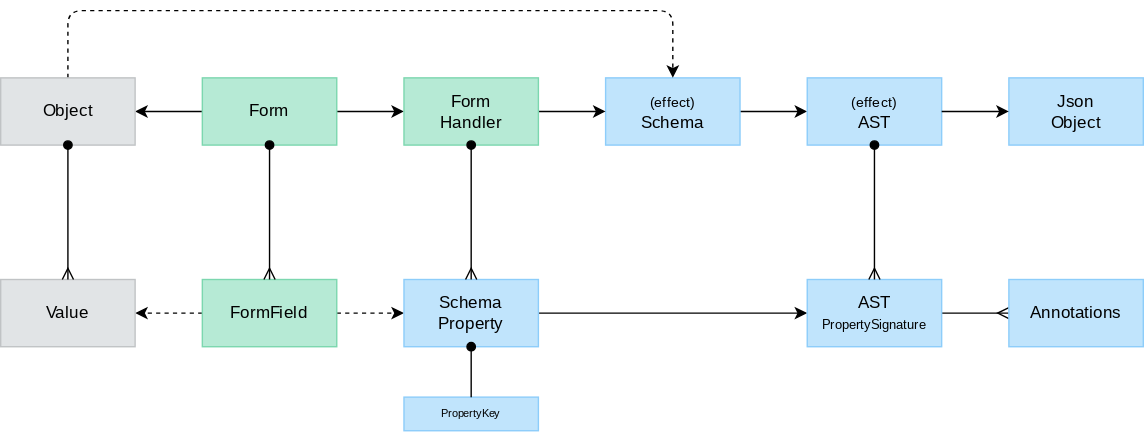
This is packages/ui/react-ui-form/docs/form.drawio.svg from dxos/dxos, a draw.io export, as it was before one commit. Source tidied: cells renumbered, new cells last; positions are measured from the earlier drawing's top-left corner, leaving out a move shared by most shapes.
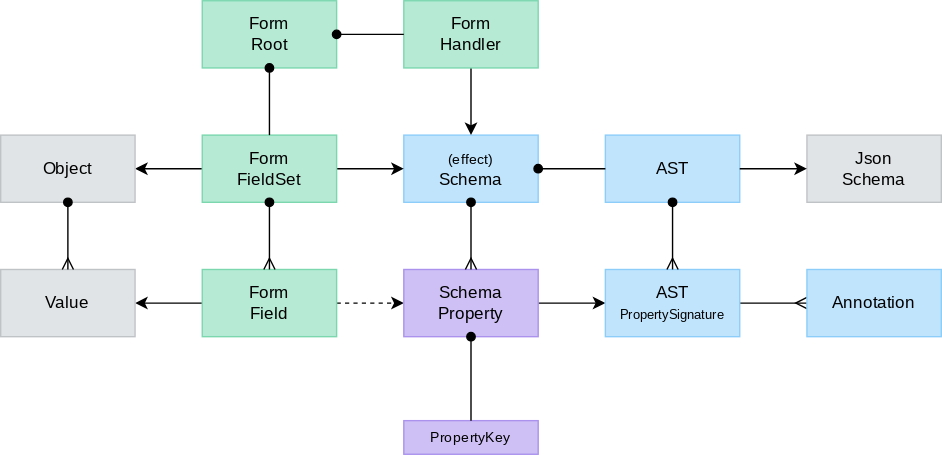
Later version of the same file.

Commit message:
refactor: simplify form diagram layout and update component relationships

- Reorganize Form Root and Form Field components vertically instead of horizontally
- Change Schema component color from blue (#c0e4fc) to purple (#cec0f4)
- Reposition components: move Form Root/Field from y=55 to y=0 and y=96
- Update arrow directions and connections between components
- Remove dashed line connection from Object to AST effect
- Change PropertyKey font size from 8px to 10px
- Adjust component spacing and alignment

The edit, as a diff of the source:
```diff
@@ -2,84 +2,67 @@
   <root>
     <mxCell id="0" />
     <mxCell id="1" parent="0" />
-    <mxCell id="2" style="edgeStyle=none;html=1;exitX=1;exitY=0.5;exitDx=0;exitDy=0;endArrow=classic;endFill=1;entryX=0;entryY=0.5;entryDx=0;entryDy=0;fontFamily=Space Grotesk;fontSource=https%3A%2F%2Ffonts.googleapis.com%2Fcss%3Ffamily%3DSpace%2BGrotesk;" parent="1" edge="1" source="4" target="21">
-      <mxGeometry relative="1" as="geometry" />
-    </mxCell>
-    <mxCell id="3" style="edgeStyle=none;html=1;exitX=0;exitY=0.5;exitDx=0;exitDy=0;endArrow=classic;endFill=1;fontFamily=Space Grotesk;fontSource=https%3A%2F%2Ffonts.googleapis.com%2Fcss%3Ffamily%3DSpace%2BGrotesk;" parent="1" edge="1" source="4" target="13">
+    <mxCell id="3" style="edgeStyle=none;html=1;endArrow=classic;endFill=1;fontFamily=Space Grotesk;fontSource=https%3A%2F%2Ffonts.googleapis.com%2Fcss%3Ffamily%3DSpace%2BGrotesk;" parent="1" edge="1" source="30" target="13">
       <mxGeometry relative="1" as="geometry" />
     </mxCell>
-    <mxCell id="4" value="Form" style="rounded=0;whiteSpace=wrap;html=1;fillColor=#B6EAD5;strokeColor=#7CD7AF;fontColor=#000000;fontFamily=Space Grotesk;fontSource=https%3A%2F%2Ffonts.googleapis.com%2Fcss%3Ffamily%3DSpace%2BGrotesk;" parent="1" vertex="1">
+    <mxCell id="4" value="Form&lt;br&gt;Root" style="rounded=0;whiteSpace=wrap;html=1;fillColor=#B6EAD5;strokeColor=#7CD7AF;fontColor=#000000;fontFamily=Space Grotesk;fontSource=https%3A%2F%2Ffonts.googleapis.com%2Fcss%3Ffamily%3DSpace%2BGrotesk;" parent="1" vertex="1">
       <mxGeometry x="144" y="48" width="96" height="48" as="geometry" />
     </mxCell>
     <mxCell id="5" style="edgeStyle=none;html=1;exitX=1;exitY=0.5;exitDx=0;exitDy=0;fontSize=9;endArrow=classic;endFill=1;dashed=1;fontFamily=Space Grotesk;fontSource=https%3A%2F%2Ffonts.googleapis.com%2Fcss%3Ffamily%3DSpace%2BGrotesk;" parent="1" edge="1" source="7" target="11">
       <mxGeometry relative="1" as="geometry" />
     </mxCell>
-    <mxCell id="6" style="edgeStyle=none;rounded=0;sketch=0;html=1;exitX=0;exitY=0.5;exitDx=0;exitDy=0;fontSize=9;endArrow=classic;endFill=1;dashed=1;fontFamily=Space Grotesk;fontSource=https%3A%2F%2Ffonts.googleapis.com%2Fcss%3Ffamily%3DSpace%2BGrotesk;" parent="1" edge="1" source="7" target="22">
+    <mxCell id="6" style="edgeStyle=none;rounded=0;sketch=0;html=1;exitX=0;exitY=0.5;exitDx=0;exitDy=0;fontSize=9;endArrow=classic;endFill=1;fontFamily=Space Grotesk;fontSource=https%3A%2F%2Ffonts.googleapis.com%2Fcss%3Ffamily%3DSpace%2BGrotesk;" parent="1" edge="1" source="7" target="22">
       <mxGeometry relative="1" as="geometry" />
     </mxCell>
-    <mxCell id="7" value="FormField" style="rounded=0;whiteSpace=wrap;html=1;fillColor=#B6EAD5;strokeColor=#7CD7AF;fontColor=#000000;fontFamily=Space Grotesk;fontSource=https%3A%2F%2Ffonts.googleapis.com%2Fcss%3Ffamily%3DSpace%2BGrotesk;" parent="1" vertex="1">
-      <mxGeometry x="144" y="192" width="96" height="48" as="geometry" />
+    <mxCell id="7" value="Form&lt;br&gt;Field" style="rounded=0;whiteSpace=wrap;html=1;fillColor=#B6EAD5;strokeColor=#7CD7AF;fontColor=#000000;fontFamily=Space Grotesk;fontSource=https%3A%2F%2Ffonts.googleapis.com%2Fcss%3Ffamily%3DSpace%2BGrotesk;" parent="1" vertex="1">
+      <mxGeometry x="144" y="240" width="96" height="48" as="geometry" />
     </mxCell>
-    <mxCell id="8" style="edgeStyle=none;html=1;exitX=1;exitY=0.5;exitDx=0;exitDy=0;fontSize=9;endArrow=classic;endFill=1;fontFamily=Space Grotesk;fontSource=https%3A%2F%2Ffonts.googleapis.com%2Fcss%3Ffamily%3DSpace%2BGrotesk;" parent="1" edge="1" source="9" target="14">
-      <mxGeometry relative="1" as="geometry" />
-    </mxCell>
     <mxCell id="9" value="&lt;font style=&quot;font-size: 10px;&quot;&gt;(effect)&lt;/font&gt;&lt;br&gt;Schema" style="rounded=0;whiteSpace=wrap;html=1;fillColor=#C0E4FC;strokeColor=#8DCDFA;fontColor=#000000;fontFamily=Space Grotesk;fontSource=https%3A%2F%2Ffonts.googleapis.com%2Fcss%3Ffamily%3DSpace%2BGrotesk;" parent="1" vertex="1">
-      <mxGeometry x="432" y="48" width="96" height="48" as="geometry" />
+      <mxGeometry x="288" y="144" width="96" height="48" as="geometry" />
     </mxCell>
     <mxCell id="10" style="edgeStyle=none;html=1;exitX=1;exitY=0.5;exitDx=0;exitDy=0;entryX=0;entryY=0.5;entryDx=0;entryDy=0;fontSize=9;endArrow=classic;endFill=1;fontFamily=Space Grotesk;fontSource=https%3A%2F%2Ffonts.googleapis.com%2Fcss%3Ffamily%3DSpace%2BGrotesk;" parent="1" edge="1" source="11" target="16">
       <mxGeometry relative="1" as="geometry" />
     </mxCell>
-    <mxCell id="11" value="Schema&lt;br&gt;Property" style="rounded=0;whiteSpace=wrap;html=1;fillColor=#C0E4FC;strokeColor=#8DCDFA;fontColor=#000000;fontFamily=Space Grotesk;fontSource=https%3A%2F%2Ffonts.googleapis.com%2Fcss%3Ffamily%3DSpace%2BGrotesk;" parent="1" vertex="1">
-      <mxGeometry x="288" y="192" width="96" height="48" as="geometry" />
+    <mxCell id="11" value="Schema&lt;br&gt;Property" style="rounded=0;whiteSpace=wrap;html=1;fillColor=#CEC0F4;strokeColor=#AB92ED;fontColor=#000000;fontFamily=Space Grotesk;fontSource=https%3A%2F%2Ffonts.googleapis.com%2Fcss%3Ffamily%3DSpace%2BGrotesk;" parent="1" vertex="1">
+      <mxGeometry x="288" y="240" width="96" height="48" as="geometry" />
     </mxCell>
-    <mxCell id="12" style="edgeStyle=none;html=1;exitX=0.5;exitY=0;exitDx=0;exitDy=0;endArrow=classic;endFill=1;entryX=0.5;entryY=0;entryDx=0;entryDy=0;dashed=1;fontFamily=Space Grotesk;fontSource=https%3A%2F%2Ffonts.googleapis.com%2Fcss%3Ffamily%3DSpace%2BGrotesk;" parent="1" edge="1" source="13" target="9">
-      <mxGeometry relative="1" as="geometry">
-        <Array as="points">
-          <mxPoint x="48" />
-          <mxPoint x="480" />
-        </Array>
-      </mxGeometry>
-    </mxCell>
     <mxCell id="13" value="Object" style="rounded=0;whiteSpace=wrap;html=1;fillColor=#E1E4E6;fontColor=#000000;strokeColor=#C0C3C5;fontFamily=Space Grotesk;fontSource=https%3A%2F%2Ffonts.googleapis.com%2Fcss%3Ffamily%3DSpace%2BGrotesk;" parent="1" vertex="1">
-      <mxGeometry y="48" width="96" height="48" as="geometry" />
+      <mxGeometry y="144" width="96" height="48" as="geometry" />
     </mxCell>
-    <mxCell id="14" value="&lt;font style=&quot;font-size: 10px;&quot;&gt;(effect)&lt;/font&gt;&lt;br&gt;AST" style="rounded=0;whiteSpace=wrap;html=1;fillColor=#C0E4FC;strokeColor=#8DCDFA;fontColor=#000000;fontFamily=Space Grotesk;fontSource=https%3A%2F%2Ffonts.googleapis.com%2Fcss%3Ffamily%3DSpace%2BGrotesk;" parent="1" vertex="1">
-      <mxGeometry x="576" y="48" width="96" height="48" as="geometry" />
+    <mxCell id="14" value="AST" style="rounded=0;whiteSpace=wrap;html=1;fillColor=#C0E4FC;strokeColor=#8DCDFA;fontColor=#000000;fontFamily=Space Grotesk;fontSource=https%3A%2F%2Ffonts.googleapis.com%2Fcss%3Ffamily%3DSpace%2BGrotesk;" parent="1" vertex="1">
+      <mxGeometry x="432" y="144" width="96" height="48" as="geometry" />
     </mxCell>
     <mxCell id="15" style="edgeStyle=none;rounded=0;sketch=0;html=1;fontSize=9;endArrow=ERmany;endFill=0;fontFamily=Space Grotesk;fontSource=https%3A%2F%2Ffonts.googleapis.com%2Fcss%3Ffamily%3DSpace%2BGrotesk;" parent="1" edge="1" source="16" target="19">
       <mxGeometry relative="1" as="geometry" />
     </mxCell>
     <mxCell id="16" value="AST&lt;br&gt;&lt;font style=&quot;font-size: 9px;&quot;&gt;PropertySignature&lt;/font&gt;" style="rounded=0;whiteSpace=wrap;html=1;fillColor=#C0E4FC;strokeColor=#8DCDFA;fontColor=#000000;fontFamily=Space Grotesk;fontSource=https%3A%2F%2Ffonts.googleapis.com%2Fcss%3Ffamily%3DSpace%2BGrotesk;" parent="1" vertex="1">
-      <mxGeometry x="576" y="192" width="96" height="48" as="geometry" />
+      <mxGeometry x="432" y="240" width="96" height="48" as="geometry" />
     </mxCell>
-    <mxCell id="17" value="Json&lt;br&gt;Object" style="rounded=0;whiteSpace=wrap;html=1;fillColor=#C0E4FC;fontColor=#000000;strokeColor=#8DCDFA;fontFamily=Space Grotesk;fontSource=https%3A%2F%2Ffonts.googleapis.com%2Fcss%3Ffamily%3DSpace%2BGrotesk;" parent="1" vertex="1">
-      <mxGeometry x="720" y="48" width="96" height="48" as="geometry" />
+    <mxCell id="17" value="Json&lt;br&gt;Schema" style="rounded=0;whiteSpace=wrap;html=1;fillColor=#E1E4E6;fontColor=#000000;strokeColor=#C0C3C5;fontFamily=Space Grotesk;fontSource=https%3A%2F%2Ffonts.googleapis.com%2Fcss%3Ffamily%3DSpace%2BGrotesk;" parent="1" vertex="1">
+      <mxGeometry x="576" y="144" width="96" height="48" as="geometry" />
     </mxCell>
     <mxCell id="18" style="edgeStyle=none;html=1;exitX=1;exitY=0.5;exitDx=0;exitDy=0;fontSize=9;endArrow=classic;endFill=1;fontFamily=Space Grotesk;fontSource=https%3A%2F%2Ffonts.googleapis.com%2Fcss%3Ffamily%3DSpace%2BGrotesk;" parent="1" edge="1" source="14" target="17">
       <mxGeometry relative="1" as="geometry" />
     </mxCell>
-    <mxCell id="19" value="Annotations" style="rounded=0;whiteSpace=wrap;html=1;fillColor=#C0E4FC;fontColor=#000000;strokeColor=#8DCDFA;fontFamily=Space Grotesk;fontSource=https%3A%2F%2Ffonts.googleapis.com%2Fcss%3Ffamily%3DSpace%2BGrotesk;" parent="1" vertex="1">
-      <mxGeometry x="720" y="192" width="96" height="48" as="geometry" />
+    <mxCell id="19" value="Annotation" style="rounded=0;whiteSpace=wrap;html=1;fillColor=#C0E4FC;fontColor=#000000;strokeColor=#8DCDFA;fontFamily=Space Grotesk;fontSource=https%3A%2F%2Ffonts.googleapis.com%2Fcss%3Ffamily%3DSpace%2BGrotesk;" parent="1" vertex="1">
+      <mxGeometry x="576" y="240" width="96" height="48" as="geometry" />
     </mxCell>
-    <mxCell id="20" style="edgeStyle=none;rounded=0;sketch=0;html=1;exitX=1;exitY=0.5;exitDx=0;exitDy=0;fontSize=9;endArrow=classic;endFill=1;fontFamily=Space Grotesk;fontSource=https%3A%2F%2Ffonts.googleapis.com%2Fcss%3Ffamily%3DSpace%2BGrotesk;" parent="1" edge="1" source="21" target="9">
+    <mxCell id="20" style="edgeStyle=none;rounded=0;sketch=0;html=1;fontSize=9;endArrow=classic;endFill=1;fontFamily=Space Grotesk;fontSource=https%3A%2F%2Ffonts.googleapis.com%2Fcss%3Ffamily%3DSpace%2BGrotesk;" parent="1" edge="1" source="21" target="9">
       <mxGeometry relative="1" as="geometry" />
     </mxCell>
     <mxCell id="21" value="Form&lt;br&gt;Handler" style="rounded=0;whiteSpace=wrap;html=1;fillColor=#B6EAD5;strokeColor=#7CD7AF;fontColor=#000000;fontFamily=Space Grotesk;fontSource=https%3A%2F%2Ffonts.googleapis.com%2Fcss%3Ffamily%3DSpace%2BGrotesk;" parent="1" vertex="1">
       <mxGeometry x="288" y="48" width="96" height="48" as="geometry" />
     </mxCell>
     <mxCell id="22" value="Value" style="rounded=0;whiteSpace=wrap;html=1;fillColor=#E1E4E6;fontColor=#000000;strokeColor=#C0C3C5;fontFamily=Space Grotesk;fontSource=https%3A%2F%2Ffonts.googleapis.com%2Fcss%3Ffamily%3DSpace%2BGrotesk;" parent="1" vertex="1">
-      <mxGeometry y="192" width="96" height="48" as="geometry" />
+      <mxGeometry y="240" width="96" height="48" as="geometry" />
     </mxCell>
-    <mxCell id="23" value="PropertyKey" style="rounded=0;whiteSpace=wrap;html=1;fillColor=#C0E4FC;strokeColor=#8DCDFA;fontSize=8;fontColor=#000000;fontFamily=Space Grotesk;fontSource=https%3A%2F%2Ffonts.googleapis.com%2Fcss%3Ffamily%3DSpace%2BGrotesk;" parent="1" vertex="1">
-      <mxGeometry x="288" y="276" width="96" height="24" as="geometry" />
+    <mxCell id="23" value="PropertyKey" style="rounded=0;whiteSpace=wrap;html=1;fillColor=#CEC0F4;strokeColor=#AB92ED;fontSize=10;fontColor=#000000;fontFamily=Space Grotesk;fontSource=https%3A%2F%2Ffonts.googleapis.com%2Fcss%3Ffamily%3DSpace%2BGrotesk;" parent="1" vertex="1">
+      <mxGeometry x="288" y="348" width="96" height="24" as="geometry" />
     </mxCell>
     <mxCell id="24" style="edgeStyle=none;rounded=0;sketch=0;html=1;exitX=0.5;exitY=1;exitDx=0;exitDy=0;entryX=0.5;entryY=0;entryDx=0;entryDy=0;fontSize=8;endArrow=none;endFill=0;startArrow=oval;startFill=1;fontFamily=Space Grotesk;fontSource=https%3A%2F%2Ffonts.googleapis.com%2Fcss%3Ffamily%3DSpace%2BGrotesk;" parent="1" edge="1" source="11" target="23">
       <mxGeometry relative="1" as="geometry" />
     </mxCell>
-    <mxCell id="25" style="edgeStyle=none;html=1;exitX=0.5;exitY=1;exitDx=0;exitDy=0;endArrow=ERmany;endFill=0;startArrow=oval;startFill=1;fontFamily=Space Grotesk;fontSource=https%3A%2F%2Ffonts.googleapis.com%2Fcss%3Ffamily%3DSpace%2BGrotesk;" parent="1" edge="1" source="4" target="7">
-      <mxGeometry relative="1" as="geometry" />
-    </mxCell>
-    <mxCell id="26" style="edgeStyle=none;html=1;exitX=0.5;exitY=1;exitDx=0;exitDy=0;endArrow=ERmany;endFill=0;startArrow=oval;startFill=1;fontFamily=Space Grotesk;fontSource=https%3A%2F%2Ffonts.googleapis.com%2Fcss%3Ffamily%3DSpace%2BGrotesk;" parent="1" edge="1" source="21" target="11">
+    <mxCell id="26" style="edgeStyle=none;html=1;endArrow=ERmany;endFill=0;startArrow=oval;startFill=1;fontFamily=Space Grotesk;fontSource=https%3A%2F%2Ffonts.googleapis.com%2Fcss%3Ffamily%3DSpace%2BGrotesk;" parent="1" edge="1" source="9" target="11">
       <mxGeometry relative="1" as="geometry" />
     </mxCell>
     <mxCell id="27" style="edgeStyle=none;html=1;exitX=0.5;exitY=1;exitDx=0;exitDy=0;endArrow=ERmany;endFill=0;startArrow=oval;startFill=1;fontFamily=Space Grotesk;fontSource=https%3A%2F%2Ffonts.googleapis.com%2Fcss%3Ffamily%3DSpace%2BGrotesk;" parent="1" edge="1" source="14" target="16">
@@ -88,5 +71,23 @@
     <mxCell id="28" style="edgeStyle=none;html=1;endArrow=ERmany;endFill=0;entryX=0.5;entryY=0;entryDx=0;entryDy=0;startArrow=oval;startFill=1;fontFamily=Space Grotesk;fontSource=https%3A%2F%2Ffonts.googleapis.com%2Fcss%3Ffamily%3DSpace%2BGrotesk;" parent="1" edge="1" source="13" target="22">
       <mxGeometry relative="1" as="geometry" />
     </mxCell>
+    <mxCell id="29" style="edgeStyle=none;html=1;exitX=1;exitY=0.5;exitDx=0;exitDy=0;fontSize=10;startArrow=none;startFill=0;endArrow=classic;endFill=1;" parent="1" edge="1" source="30" target="9">
+      <mxGeometry relative="1" as="geometry" />
+    </mxCell>
+    <mxCell id="30" value="Form&lt;br&gt;FieldSet" style="rounded=0;whiteSpace=wrap;html=1;fillColor=#B6EAD5;strokeColor=#7CD7AF;fontColor=#000000;fontFamily=Space Grotesk;fontSource=https%3A%2F%2Ffonts.googleapis.com%2Fcss%3Ffamily%3DSpace%2BGrotesk;" parent="1" vertex="1">
+      <mxGeometry x="144" y="144" width="96" height="48" as="geometry" />
+    </mxCell>
+    <mxCell id="25" style="edgeStyle=none;html=1;endArrow=ERmany;endFill=0;startArrow=oval;startFill=1;fontFamily=Space Grotesk;fontSource=https%3A%2F%2Ffonts.googleapis.com%2Fcss%3Ffamily%3DSpace%2BGrotesk;" parent="1" edge="1" source="30" target="7">
+      <mxGeometry relative="1" as="geometry" />
+    </mxCell>
+    <mxCell id="31" style="edgeStyle=none;html=1;exitX=0.5;exitY=1;exitDx=0;exitDy=0;startArrow=oval;startFill=1;endArrow=none;endFill=0;" parent="1" edge="1" source="4" target="30">
+      <mxGeometry relative="1" as="geometry" />
+    </mxCell>
+    <mxCell id="2" style="edgeStyle=none;html=1;exitX=1;exitY=0.5;exitDx=0;exitDy=0;endArrow=none;endFill=0;entryX=0;entryY=0.5;entryDx=0;entryDy=0;fontFamily=Space Grotesk;fontSource=https%3A%2F%2Ffonts.googleapis.com%2Fcss%3Ffamily%3DSpace%2BGrotesk;startArrow=oval;startFill=1;" parent="1" edge="1" source="4" target="21">
+      <mxGeometry relative="1" as="geometry" />
+    </mxCell>
+    <mxCell id="8" style="edgeStyle=none;html=1;exitX=1;exitY=0.5;exitDx=0;exitDy=0;fontSize=9;endArrow=none;endFill=0;fontFamily=Space Grotesk;fontSource=https%3A%2F%2Ffonts.googleapis.com%2Fcss%3Ffamily%3DSpace%2BGrotesk;startArrow=oval;startFill=1;" parent="1" edge="1" source="9" target="14">
+      <mxGeometry relative="1" as="geometry" />
+    </mxCell>
   </root>
 </mxGraphModel>
```
